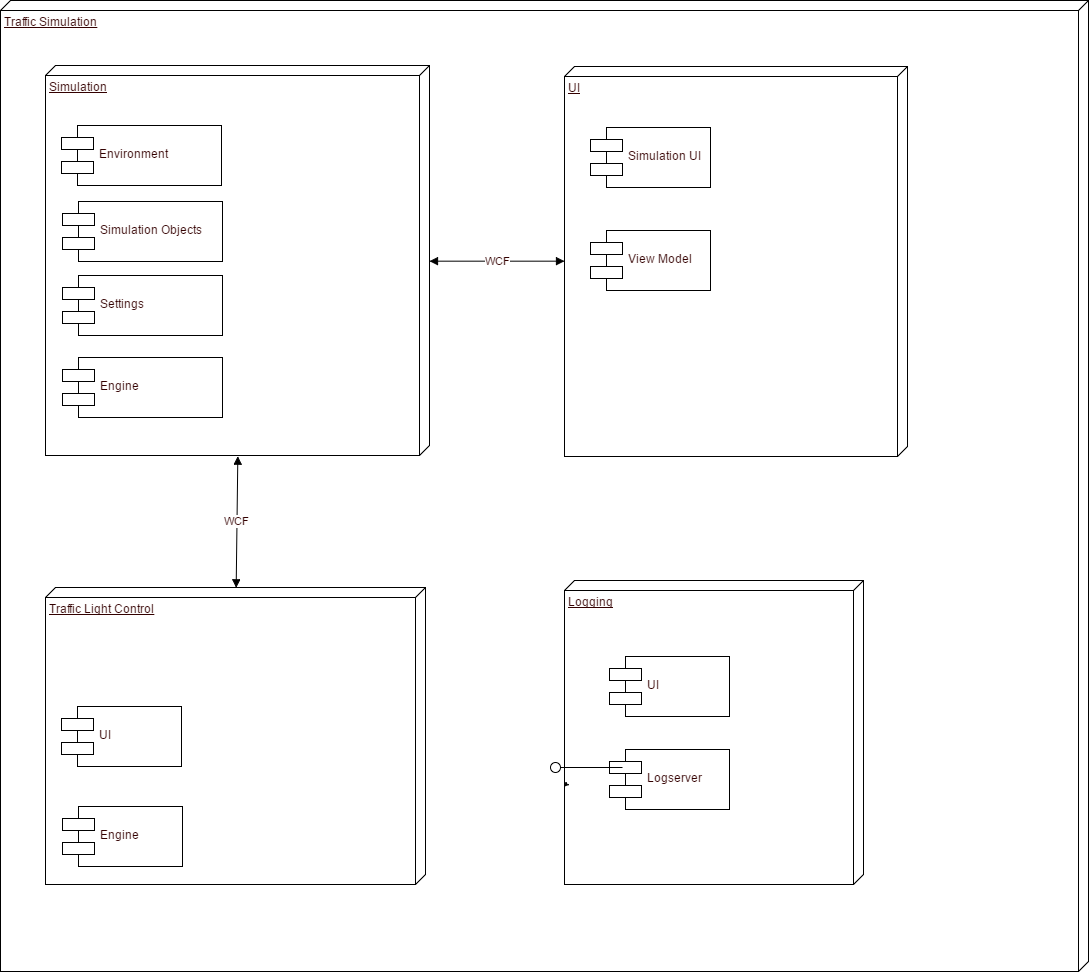
reikla/traffic-simulation keeps this draw.io diagram as doc/img/Architektur.png. Above is the earlier version. Source tidied: cells renumbered, new cells last; positions are measured from the earlier drawing's top-left corner, leaving out a move shared by most shapes. Source of this version:
```xml
<mxGraphModel>
  <root>
    <mxCell id="0" style="html=1;" />
    <mxCell id="1" style="html=1;" parent="0" />
    <mxCell id="2" value="Traffic Simulation" style="verticalAlign=top;align=left;spacingTop=8;spacingLeft=2;spacingRight=12;shape=cube;size=10;direction=south;fontStyle=4;html=1;fontColor=#330000;" parent="1" vertex="1">
      <mxGeometry width="1088" height="971" as="geometry" />
    </mxCell>
    <mxCell id="3" value="Traffic Light Control" style="verticalAlign=top;align=left;spacingTop=8;spacingLeft=2;spacingRight=12;shape=cube;size=10;direction=south;fontStyle=4;html=1;fontColor=#330000;" parent="1" vertex="1">
      <mxGeometry x="45" y="587" width="380" height="297" as="geometry" />
    </mxCell>
    <mxCell id="4" value="Simulation" style="verticalAlign=top;align=left;spacingTop=8;spacingLeft=2;spacingRight=12;shape=cube;size=10;direction=south;fontStyle=4;html=1;fontColor=#330000;" parent="1" vertex="1">
      <mxGeometry x="45" y="65" width="384" height="390" as="geometry" />
    </mxCell>
    <mxCell id="5" value="UI" style="verticalAlign=top;align=left;spacingTop=8;spacingLeft=2;spacingRight=12;shape=cube;size=10;direction=south;fontStyle=4;html=1;fontColor=#330000;" parent="1" vertex="1">
      <mxGeometry x="564" y="66" width="343" height="390" as="geometry" />
    </mxCell>
    <mxCell id="6" value="Environment" style="shape=component;align=left;spacingLeft=36;fontColor=#330000;" parent="1" vertex="1">
      <mxGeometry x="61" y="125" width="160" height="60" as="geometry" />
    </mxCell>
    <mxCell id="7" value="Simulation Objects" style="shape=component;align=left;spacingLeft=36;fontColor=#330000;" parent="1" vertex="1">
      <mxGeometry x="62" y="201" width="160" height="60" as="geometry" />
    </mxCell>
    <mxCell id="8" value="Settings" style="shape=component;align=left;spacingLeft=36;fontColor=#330000;" parent="1" vertex="1">
      <mxGeometry x="62" y="275" width="160" height="60" as="geometry" />
    </mxCell>
    <mxCell id="9" value="Simulation UI" style="shape=component;align=left;spacingLeft=36;fontColor=#330000;" parent="1" vertex="1">
      <mxGeometry x="590" y="127" width="120" height="60" as="geometry" />
    </mxCell>
    <mxCell id="10" value="Engine" style="shape=component;align=left;spacingLeft=36;fontColor=#330000;" parent="1" vertex="1">
      <mxGeometry x="62" y="357" width="160" height="60" as="geometry" />
    </mxCell>
    <mxCell id="11" value="UI" style="shape=component;align=left;spacingLeft=36;fontColor=#330000;" parent="1" vertex="1">
      <mxGeometry x="61" y="706" width="120" height="60" as="geometry" />
    </mxCell>
    <mxCell id="12" value="Engine" style="shape=component;align=left;spacingLeft=36;fontColor=#330000;" parent="1" vertex="1">
      <mxGeometry x="62" y="806" width="120" height="60" as="geometry" />
    </mxCell>
    <mxCell id="13" value="WCF" style="endArrow=block;startArrow=block;endFill=1;startFill=1;html=1;fontColor=#330000;exitX=0;exitY=0.5;entryX=1;entryY=0.5;" parent="1" edge="1" source="3" target="4">
      <mxGeometry relative="1" as="geometry" />
    </mxCell>
    <mxCell id="14" value="WCF" style="endArrow=block;startArrow=block;endFill=1;startFill=1;html=1;fontColor=#330000;entryX=0.5;entryY=1;exitX=0.5;exitY=0;" parent="1" edge="1" source="4" target="5">
      <mxGeometry relative="1" as="geometry" />
    </mxCell>
    <mxCell id="15" value="View Model" style="shape=component;align=left;spacingLeft=36;fontColor=#330000;" parent="1" vertex="1">
      <mxGeometry x="590" y="230" width="120" height="60" as="geometry" />
    </mxCell>
    <mxCell id="16" value="Logging" style="verticalAlign=top;align=left;spacingTop=8;spacingLeft=2;spacingRight=12;shape=cube;size=10;direction=south;fontStyle=4;html=1;fontColor=#330000;" parent="1" vertex="1">
      <mxGeometry x="564" y="580" width="299" height="304" as="geometry" />
    </mxCell>
    <mxCell id="17" value="UI" style="shape=component;align=left;spacingLeft=36;fontColor=#330000;" parent="1" vertex="1">
      <mxGeometry x="609" y="656" width="120" height="60" as="geometry" />
    </mxCell>
    <mxCell id="18" value="Logserver" style="shape=component;align=left;spacingLeft=36;fontColor=#330000;" parent="1" vertex="1">
      <mxGeometry x="609" y="749" width="120" height="60" as="geometry" />
    </mxCell>
    <mxCell id="19" style="shape=lollipop;direction=south;html=1;fontColor=#330000;rotation=180;" parent="1" vertex="1">
      <mxGeometry x="550" y="762" width="72" height="10" as="geometry" />
    </mxCell>
    <mxCell id="20" style="edgeStyle=orthogonalEdgeStyle;rounded=0;html=1;exitX=0.5;exitY=1;exitPerimeter=0;entryX=0.5;entryY=1;entryPerimeter=0;jettySize=auto;orthogonalLoop=1;fontColor=#330000;" parent="1" edge="1">
      <mxGeometry relative="1" as="geometry">
        <mxPoint x="564.3" y="785.3" as="sourcePoint" />
        <mxPoint x="564.3" y="785.3" as="targetPoint" />
      </mxGeometry>
    </mxCell>
  </root>
</mxGraphModel>
```
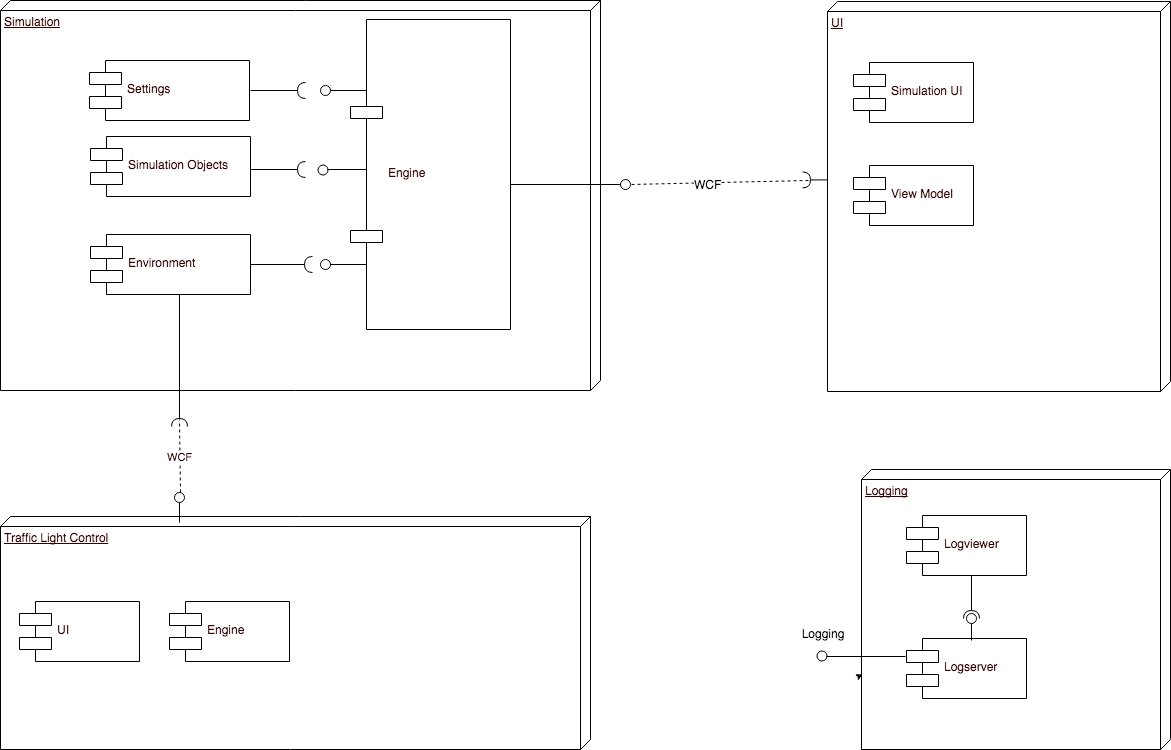
Above is the later version.

Diff of the diagram source:
```diff
@@ -2,65 +2,106 @@
   <root>
     <mxCell id="0" style="html=1;" />
     <mxCell id="1" style="html=1;" parent="0" />
-    <mxCell id="2" value="Traffic Simulation" style="verticalAlign=top;align=left;spacingTop=8;spacingLeft=2;spacingRight=12;shape=cube;size=10;direction=south;fontStyle=4;html=1;fontColor=#330000;" parent="1" vertex="1">
-      <mxGeometry width="1088" height="971" as="geometry" />
-    </mxCell>
     <mxCell id="3" value="Traffic Light Control" style="verticalAlign=top;align=left;spacingTop=8;spacingLeft=2;spacingRight=12;shape=cube;size=10;direction=south;fontStyle=4;html=1;fontColor=#330000;" parent="1" vertex="1">
-      <mxGeometry x="45" y="587" width="380" height="297" as="geometry" />
+      <mxGeometry x="6" y="581" width="590" height="233" as="geometry" />
     </mxCell>
     <mxCell id="4" value="Simulation" style="verticalAlign=top;align=left;spacingTop=8;spacingLeft=2;spacingRight=12;shape=cube;size=10;direction=south;fontStyle=4;html=1;fontColor=#330000;" parent="1" vertex="1">
-      <mxGeometry x="45" y="65" width="384" height="390" as="geometry" />
+      <mxGeometry x="6" y="65" width="600" height="390" as="geometry" />
     </mxCell>
     <mxCell id="5" value="UI" style="verticalAlign=top;align=left;spacingTop=8;spacingLeft=2;spacingRight=12;shape=cube;size=10;direction=south;fontStyle=4;html=1;fontColor=#330000;" parent="1" vertex="1">
-      <mxGeometry x="564" y="66" width="343" height="390" as="geometry" />
+      <mxGeometry x="833" y="66" width="343" height="390" as="geometry" />
     </mxCell>
-    <mxCell id="6" value="Environment" style="shape=component;align=left;spacingLeft=36;fontColor=#330000;" parent="1" vertex="1">
-      <mxGeometry x="61" y="125" width="160" height="60" as="geometry" />
+    <mxCell id="6" value="Settings" style="shape=component;align=left;spacingLeft=36;fontColor=#330000;" parent="1" vertex="1">
+      <mxGeometry x="95" y="125" width="160" height="60" as="geometry" />
     </mxCell>
     <mxCell id="7" value="Simulation Objects" style="shape=component;align=left;spacingLeft=36;fontColor=#330000;" parent="1" vertex="1">
-      <mxGeometry x="62" y="201" width="160" height="60" as="geometry" />
+      <mxGeometry x="96" y="201" width="160" height="60" as="geometry" />
     </mxCell>
-    <mxCell id="8" value="Settings" style="shape=component;align=left;spacingLeft=36;fontColor=#330000;" parent="1" vertex="1">
-      <mxGeometry x="62" y="275" width="160" height="60" as="geometry" />
+    <mxCell id="8" value="Environment" style="shape=component;align=left;spacingLeft=36;fontColor=#330000;" parent="1" vertex="1">
+      <mxGeometry x="96" y="299" width="160" height="60" as="geometry" />
     </mxCell>
     <mxCell id="9" value="Simulation UI" style="shape=component;align=left;spacingLeft=36;fontColor=#330000;" parent="1" vertex="1">
-      <mxGeometry x="590" y="127" width="120" height="60" as="geometry" />
+      <mxGeometry x="859" y="127" width="120" height="60" as="geometry" />
     </mxCell>
     <mxCell id="10" value="Engine" style="shape=component;align=left;spacingLeft=36;fontColor=#330000;" parent="1" vertex="1">
-      <mxGeometry x="62" y="357" width="160" height="60" as="geometry" />
+      <mxGeometry x="356" y="84" width="160" height="310" as="geometry" />
     </mxCell>
     <mxCell id="11" value="UI" style="shape=component;align=left;spacingLeft=36;fontColor=#330000;" parent="1" vertex="1">
-      <mxGeometry x="61" y="706" width="120" height="60" as="geometry" />
+      <mxGeometry x="25" y="666" width="120" height="60" as="geometry" />
     </mxCell>
     <mxCell id="12" value="Engine" style="shape=component;align=left;spacingLeft=36;fontColor=#330000;" parent="1" vertex="1">
-      <mxGeometry x="62" y="806" width="120" height="60" as="geometry" />
+      <mxGeometry x="175" y="666" width="120" height="60" as="geometry" />
     </mxCell>
-    <mxCell id="13" value="WCF" style="endArrow=block;startArrow=block;endFill=1;startFill=1;html=1;fontColor=#330000;exitX=0;exitY=0.5;entryX=1;entryY=0.5;" parent="1" edge="1" source="3" target="4">
-      <mxGeometry relative="1" as="geometry" />
+    <mxCell id="13" value="WCF" style="endArrow=none;startArrow=none;endFill=0;startFill=0;html=1;fontColor=#330000;dashed=1;exitX=0.5;exitY=0;exitPerimeter=0;" parent="1" edge="1" source="34">
+      <mxGeometry relative="1" as="geometry">
+        <mxPoint x="185" y="484" as="targetPoint" />
+      </mxGeometry>
     </mxCell>
-    <mxCell id="14" value="WCF" style="endArrow=block;startArrow=block;endFill=1;startFill=1;html=1;fontColor=#330000;entryX=0.5;entryY=1;exitX=0.5;exitY=0;" parent="1" edge="1" source="4" target="5">
-      <mxGeometry relative="1" as="geometry" />
-    </mxCell>
     <mxCell id="15" value="View Model" style="shape=component;align=left;spacingLeft=36;fontColor=#330000;" parent="1" vertex="1">
-      <mxGeometry x="590" y="230" width="120" height="60" as="geometry" />
+      <mxGeometry x="859" y="230" width="120" height="60" as="geometry" />
     </mxCell>
     <mxCell id="16" value="Logging" style="verticalAlign=top;align=left;spacingTop=8;spacingLeft=2;spacingRight=12;shape=cube;size=10;direction=south;fontStyle=4;html=1;fontColor=#330000;" parent="1" vertex="1">
-      <mxGeometry x="564" y="580" width="299" height="304" as="geometry" />
+      <mxGeometry x="867" y="534" width="309" height="280" as="geometry" />
     </mxCell>
-    <mxCell id="17" value="UI" style="shape=component;align=left;spacingLeft=36;fontColor=#330000;" parent="1" vertex="1">
-      <mxGeometry x="609" y="656" width="120" height="60" as="geometry" />
+    <mxCell id="17" value="Logviewer" style="shape=component;align=left;spacingLeft=36;fontColor=#330000;" parent="1" vertex="1">
+      <mxGeometry x="912" y="580" width="120" height="60" as="geometry" />
     </mxCell>
     <mxCell id="18" value="Logserver" style="shape=component;align=left;spacingLeft=36;fontColor=#330000;" parent="1" vertex="1">
-      <mxGeometry x="609" y="749" width="120" height="60" as="geometry" />
+      <mxGeometry x="912" y="703" width="120" height="60" as="geometry" />
     </mxCell>
     <mxCell id="19" style="shape=lollipop;direction=south;html=1;fontColor=#330000;rotation=180;" parent="1" vertex="1">
-      <mxGeometry x="550" y="762" width="72" height="10" as="geometry" />
+      <mxGeometry x="822" y="716" width="89" height="10" as="geometry" />
     </mxCell>
     <mxCell id="20" style="edgeStyle=orthogonalEdgeStyle;rounded=0;html=1;exitX=0.5;exitY=1;exitPerimeter=0;entryX=0.5;entryY=1;entryPerimeter=0;jettySize=auto;orthogonalLoop=1;fontColor=#330000;" parent="1" edge="1">
       <mxGeometry relative="1" as="geometry">
-        <mxPoint x="564.3" y="785.3" as="sourcePoint" />
-        <mxPoint x="564.3" y="785.3" as="targetPoint" />
+        <mxPoint x="867.3" y="739.3" as="sourcePoint" />
+        <mxPoint x="867.3" y="739.3" as="targetPoint" />
       </mxGeometry>
     </mxCell>
+    <mxCell id="21" style="shape=lollipop;direction=south;html=1;flipV=0;flipH=1;" parent="1" vertex="1">
+      <mxGeometry x="323" y="229" width="49" height="10" as="geometry" />
+    </mxCell>
+    <mxCell id="22" style="shape=lollipop;direction=south;html=1;flipH=1;" parent="1" vertex="1">
+      <mxGeometry x="326" y="150" width="46" height="10" as="geometry" />
+    </mxCell>
+    <mxCell id="23" style="shape=lollipop;direction=south;html=1;flipH=1;" parent="1" vertex="1">
+      <mxGeometry x="326" y="324" width="46" height="10" as="geometry" />
+    </mxCell>
+    <mxCell id="24" style="shape=requires;direction=north;html=1;flipV=0;flipH=1;" parent="1" vertex="1">
+      <mxGeometry x="256" y="145" width="60" height="20" as="geometry" />
+    </mxCell>
+    <mxCell id="25" style="shape=requires;direction=north;html=1;flipV=0;flipH=1;" parent="1" vertex="1">
+      <mxGeometry x="256" y="224" width="60" height="20" as="geometry" />
+    </mxCell>
+    <mxCell id="26" style="shape=requires;direction=north;html=1;flipV=0;flipH=1;" parent="1" vertex="1">
+      <mxGeometry x="256" y="319" width="67" height="20" as="geometry" />
+    </mxCell>
+    <mxCell id="27" style="shape=lollipop;direction=south;html=1;" parent="1" vertex="1">
+      <mxGeometry x="516" y="244" width="120" height="10" as="geometry" />
+    </mxCell>
+    <mxCell id="28" style="shape=requires;direction=north;html=1;" parent="1" vertex="1">
+      <mxGeometry x="803" y="234.4" width="30" height="20" as="geometry" />
+    </mxCell>
+    <mxCell id="29" style="endArrow=none;startArrow=none;html=1;dashed=1;entryX=0.5;entryY=0;entryPerimeter=0;exitX=0.457;exitY=0.367;exitPerimeter=0;startFill=0;endFill=0;" parent="1" edge="1" source="28" target="27">
+      <mxGeometry relative="1" as="geometry" />
+    </mxCell>
+    <mxCell id="14" value="WCF" style="text;html=1;align=center;verticalAlign=middle;labelBackgroundColor=#ffffff;" parent="29" vertex="1">
+      <mxGeometry x="0.15" y="1" relative="1" as="geometry" />
+    </mxCell>
+    <mxCell id="30" style="shape=lollipop;direction=east;html=1;" parent="1" vertex="1">
+      <mxGeometry x="972" y="678" width="10" height="27" as="geometry" />
+    </mxCell>
+    <mxCell id="31" style="shape=requires;direction=west;html=1;" parent="1" vertex="1">
+      <mxGeometry x="967" y="640" width="20" height="48" as="geometry" />
+    </mxCell>
+    <mxCell id="32" value="Logging" style="text;html=1;strokeColor=none;fillColor=none;align=center;verticalAlign=middle;whiteSpace=wrap;" parent="1" vertex="1">
+      <mxGeometry x="808" y="688" width="40" height="20" as="geometry" />
+    </mxCell>
+    <mxCell id="33" style="shape=requires;direction=west;html=1;" parent="1" vertex="1">
+      <mxGeometry x="175" y="359" width="20" height="137" as="geometry" />
+    </mxCell>
+    <mxCell id="34" style="shape=lollipop;direction=east;html=1;" parent="1" vertex="1">
+      <mxGeometry x="180" y="557" width="10" height="30" as="geometry" />
+    </mxCell>
   </root>
 </mxGraphModel>
```
